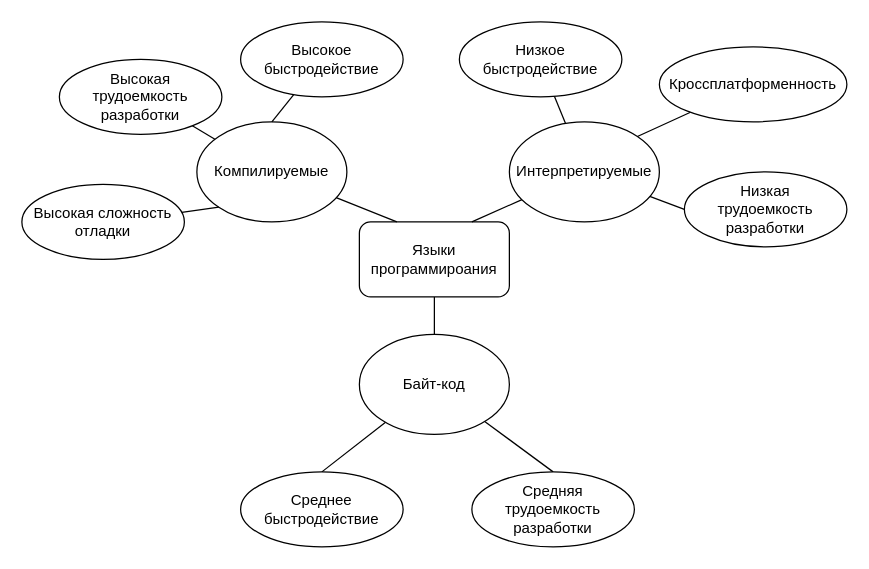
Earlier version of the draw.io diagram docs/article/sources/Mind Map.drawio (eleven5150/mips-emulation). Source tidied: cells renumbered, new cells numbered last; positions are measured from the earlier drawing's top-left corner, leaving out a move shared by most shapes. Both pictures are drawn from the tidied source at 125%, with x=0, y=0 at pixel (21, 21).
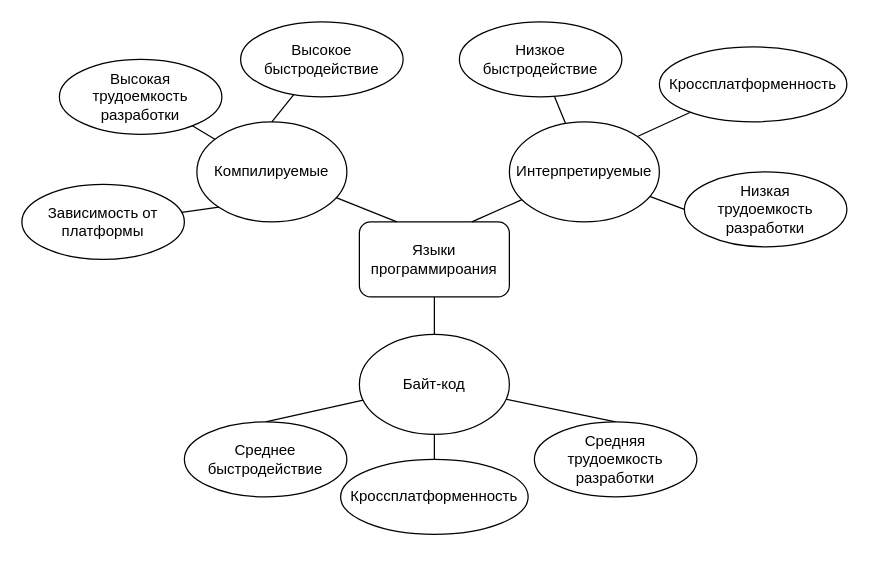
The same page after the edit.

The change refers to these unchanged cells:
```xml
<mxCell id="11" value="Байт-код" style="ellipse;whiteSpace=wrap;html=1;" parent="1" vertex="1">
  <mxGeometry x="270" y="250" width="120" height="80" as="geometry" />
</mxCell>
```

What changed in the source:
```diff
@@
+    <mxCell id="25" style="edgeStyle=orthogonalEdgeStyle;rounded=0;jettySize=auto;html=1;entryX=0.5;entryY=0;entryDx=0;entryDy=0;endArrow=none;endFill=0;" parent="1" edge="1" source="11" target="26">
+      <mxGeometry relative="1" as="geometry" />
+    </mxCell>
@@
-    <mxCell id="17" value="Высокая сложность отладки" style="ellipse;whiteSpace=wrap;html=1;" parent="1" vertex="1">
+    <mxCell id="17" value="Зависимость от платформы" style="ellipse;whiteSpace=wrap;html=1;" parent="1" vertex="1">
       <mxGeometry y="130" width="130" height="60" as="geometry" />
     </mxCell>
@@
     <mxCell id="23" value="Среднее быстродействие" style="ellipse;whiteSpace=wrap;html=1;" parent="1" vertex="1">
-      <mxGeometry x="175" y="360" width="130" height="60" as="geometry" />
+      <mxGeometry x="130" y="320" width="130" height="60" as="geometry" />
     </mxCell>
     <mxCell id="24" value="Средняя&lt;br&gt;трудоемкость разработки" style="ellipse;whiteSpace=wrap;html=1;" parent="1" vertex="1">
-      <mxGeometry x="360" y="360" width="130" height="60" as="geometry" />
+      <mxGeometry x="410" y="320" width="130" height="60" as="geometry" />
     </mxCell>
+    <mxCell id="26" value="Кроссплатформенность" style="ellipse;whiteSpace=wrap;html=1;" parent="1" vertex="1">
+      <mxGeometry x="255" y="350" width="150" height="60" as="geometry" />
+    </mxCell>
```
